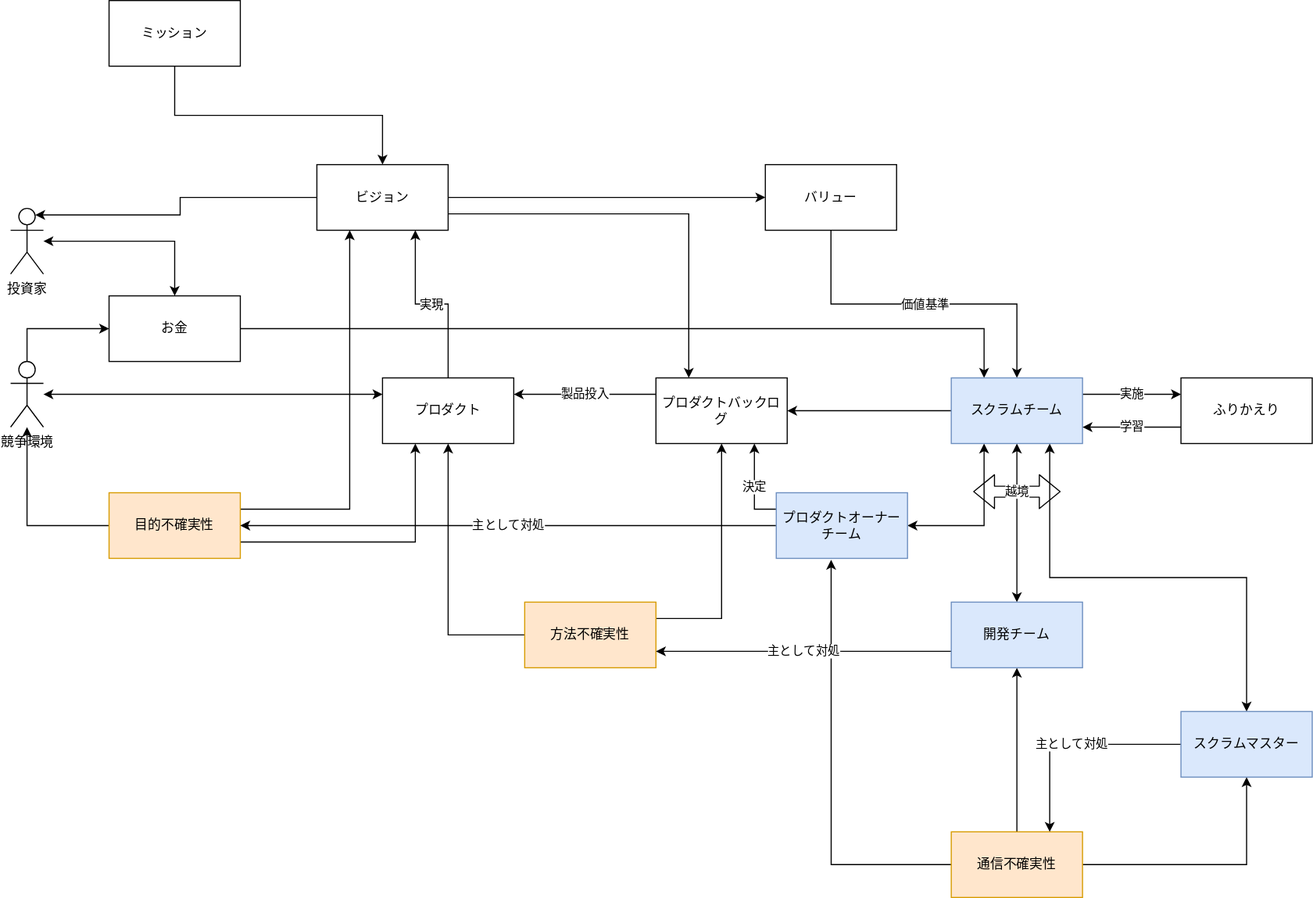
Above: 現代ソフトウェア開発の地図.svg in shimobayashi/drawio-public (draw.io), before the change. Source tidied: cells renumbered, new cells last; positions are measured from the earlier drawing's top-left corner, leaving out a move shared by most shapes.
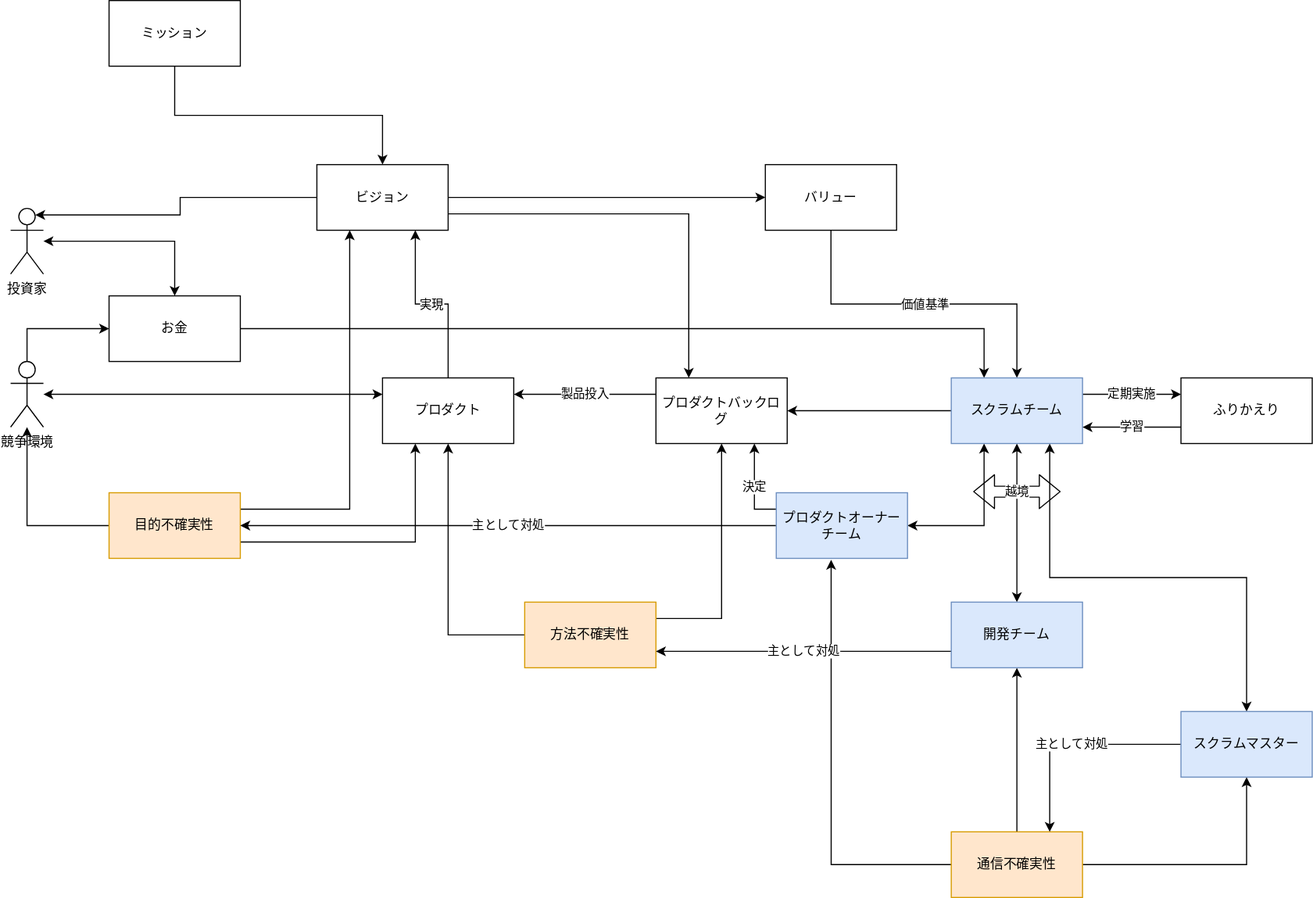
After the change.

Commit message:
Update 現代ソフトウェア開発の地図.svg

Change to the diagram source:
```diff
@@ -119,7 +119,7 @@
     <mxCell id="40" style="edgeStyle=orthogonalEdgeStyle;rounded=0;jettySize=auto;html=1;exitX=0;exitY=0.5;exitDx=0;exitDy=0;entryX=1;entryY=0.5;entryDx=0;entryDy=0;startArrow=none;startFill=0;" parent="1" edge="1" source="42" target="29">
       <mxGeometry relative="1" as="geometry" />
     </mxCell>
-    <mxCell id="41" value="実施" style="edgeStyle=orthogonalEdgeStyle;rounded=0;jettySize=auto;html=1;exitX=1;exitY=0.25;exitDx=0;exitDy=0;entryX=0;entryY=0.25;entryDx=0;entryDy=0;startArrow=none;startFill=0;" parent="1" edge="1" source="42" target="44">
+    <mxCell id="41" value="定期実施" style="edgeStyle=orthogonalEdgeStyle;rounded=0;jettySize=auto;html=1;exitX=1;exitY=0.25;exitDx=0;exitDy=0;entryX=0;entryY=0.25;entryDx=0;entryDy=0;startArrow=none;startFill=0;" parent="1" edge="1" source="42" target="44">
       <mxGeometry relative="1" as="geometry" />
     </mxCell>
     <mxCell id="42" value="スクラムチーム" style="rounded=0;whiteSpace=wrap;html=1;fillColor=#dae8fc;strokeColor=#6c8ebf;" parent="1" vertex="1">
```
